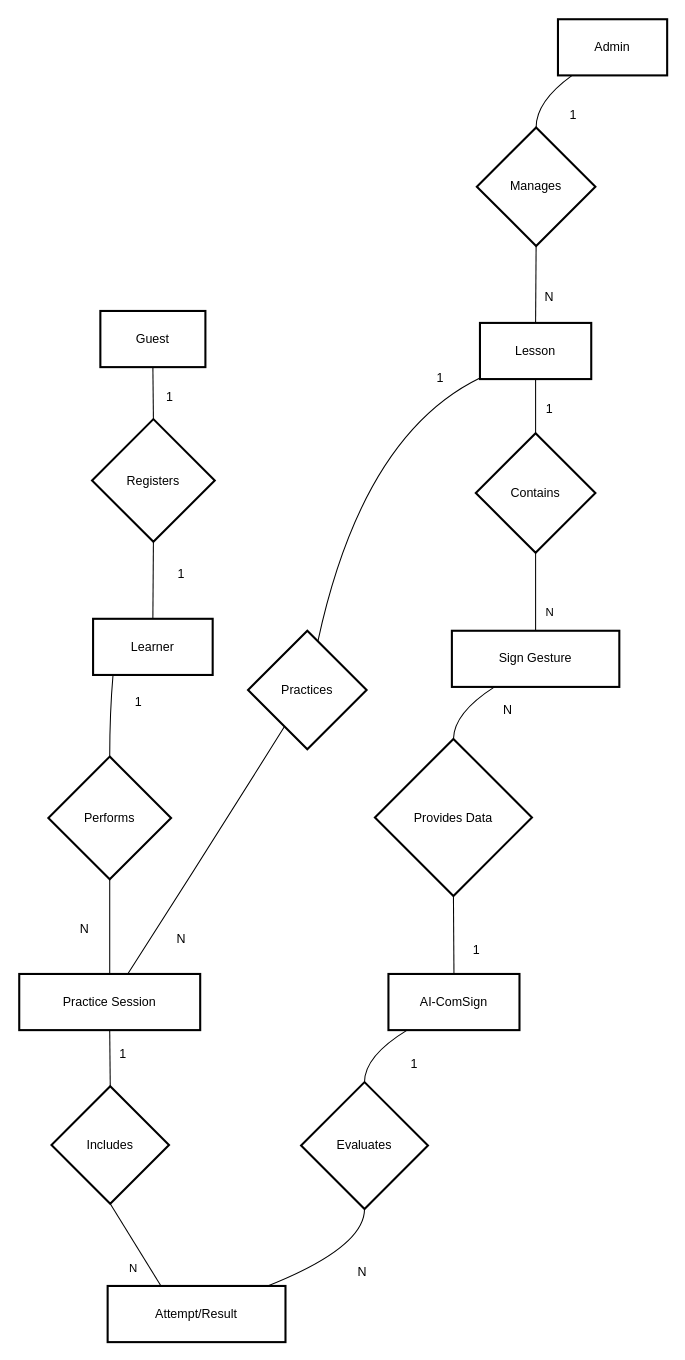
This is docs/ConceptualERD.drawio from CtrlConquerors/AI-ComSign, a draw.io file, before an edit. Source tidied: cells renumbered, new cells numbered last; positions are measured from the earlier drawing's top-left corner, leaving out a move shared by most shapes. Both pictures are drawn from the tidied source at 104%, with x=0, y=0 at pixel (19, 19).
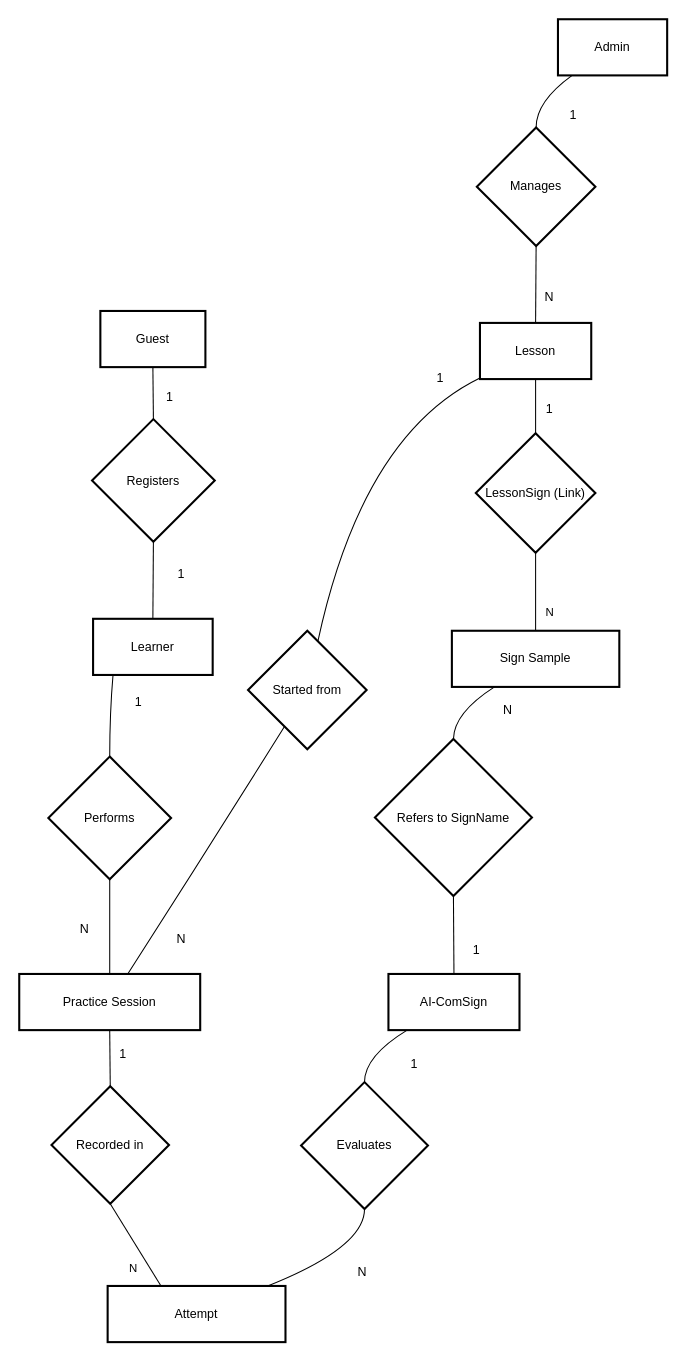
The same diagram, later.

The edit, as a diff of the source:
```diff
@@
-    <mxCell id="7" value="Sign Gesture" style="whiteSpace=wrap;strokeWidth=2;" parent="1" vertex="1">
+    <mxCell id="7" value="Sign Sample" style="whiteSpace=wrap;strokeWidth=2;" parent="1" vertex="1">
       <mxGeometry x="416" y="588" width="161" height="54" as="geometry" />
     </mxCell>
@@
-    <mxCell id="9" value="Attempt/Result" style="whiteSpace=wrap;strokeWidth=2;" parent="1" vertex="1">
+    <mxCell id="9" value="Attempt" style="whiteSpace=wrap;strokeWidth=2;" parent="1" vertex="1">
       <mxGeometry x="85" y="1218" width="171" height="54" as="geometry" />
     </mxCell>
@@
-    <mxCell id="13" value="Contains" style="rhombus;strokeWidth=2;whiteSpace=wrap;" parent="1" vertex="1">
+    <mxCell id="13" value="LessonSign (Link)" style="rhombus;strokeWidth=2;whiteSpace=wrap;" parent="1" vertex="1">
       <mxGeometry x="439" y="398" width="115" height="115" as="geometry" />
     </mxCell>
-    <mxCell id="14" value="Includes" style="rhombus;strokeWidth=2;whiteSpace=wrap;" parent="1" vertex="1">
+    <mxCell id="14" value="Recorded in" style="rhombus;strokeWidth=2;whiteSpace=wrap;" parent="1" vertex="1">
       <mxGeometry x="31" y="1026" width="113" height="113" as="geometry" />
     </mxCell>
-    <mxCell id="15" value="Practices" style="rhombus;strokeWidth=2;whiteSpace=wrap;" parent="1" vertex="1">
+    <mxCell id="15" value="Started from" style="rhombus;strokeWidth=2;whiteSpace=wrap;" parent="1" vertex="1">
       <mxGeometry x="220" y="588" width="114" height="114" as="geometry" />
     </mxCell>
@@
-    <mxCell id="21" value="Provides Data" style="rhombus;strokeWidth=2;whiteSpace=wrap;" parent="1" vertex="1">
+    <mxCell id="21" value="Refers to SignName" style="rhombus;strokeWidth=2;whiteSpace=wrap;" parent="1" vertex="1">
       <mxGeometry x="342" y="692" width="151" height="151" as="geometry" />
     </mxCell>
```
